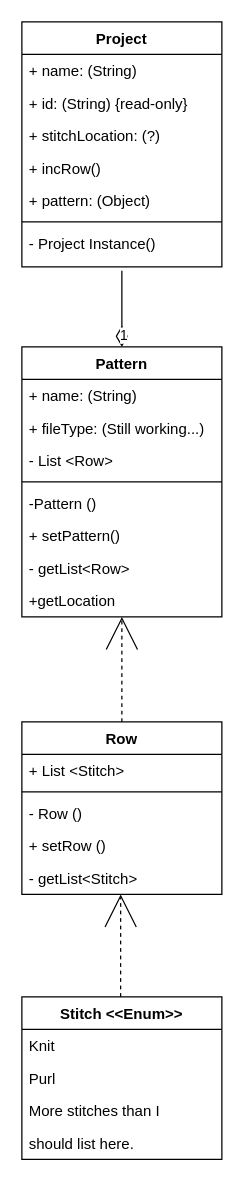
This is work/uml.drawio from ddc-java-17/sereknitty-thedaniellescott, a draw.io file, before an edit. Source tidied: cells renumbered, new cells numbered last; positions are measured from the earlier drawing's top-left corner, leaving out a move shared by most shapes. Both pictures are drawn from the tidied source at 125%, with x=0, y=0 at pixel (21, 21).
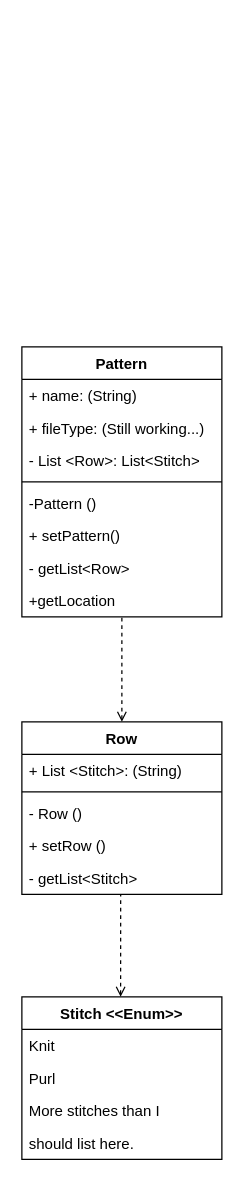
The same diagram, later.

Commit message (it also covers changes not shown here):
Updated UML and attempting to fix PatternManager.

Unchanged cells that the change refers to:
```xml
<mxCell id="10" value="Pattern" style="swimlane;fontStyle=1;align=center;verticalAlign=top;horizontal=1;startSize=26;whiteSpace=wrap;html=1;" parent="1" vertex="1">
  <mxGeometry y="260" width="160" height="216" as="geometry" />
</mxCell>
<mxCell id="18" value="+getLocation" style="text;strokeColor=none;fillColor=none;align=left;verticalAlign=top;spacingLeft=4;spacingRight=4;overflow=hidden;points=[[0,0.5],[1,0.5]];portConstraint=eastwest;whiteSpace=wrap;html=1;" parent="10" vertex="1">
  <mxGeometry y="190" width="160" height="26" as="geometry" />
</mxCell>
<mxCell id="25" value="Row" style="swimlane;fontStyle=1;align=center;verticalAlign=top;horizontal=1;startSize=26;whiteSpace=wrap;html=1;" parent="1" vertex="1">
  <mxGeometry y="560" width="160" height="138" as="geometry" />
</mxCell>
<mxCell id="30" value="- getList&amp;lt;Stitch&amp;gt;" style="text;strokeColor=none;fillColor=none;align=left;verticalAlign=top;spacingLeft=4;spacingRight=4;overflow=hidden;points=[[0,0.5],[1,0.5]];portConstraint=eastwest;whiteSpace=wrap;html=1;" parent="25" vertex="1">
  <mxGeometry y="112" width="160" height="26" as="geometry" />
</mxCell>
```

Diff of the diagram source:
```diff
@@
-    <mxCell id="2" value="Project" style="swimlane;fontStyle=1;align=center;verticalAlign=top;horizontal=1;startSize=26;whiteSpace=wrap;html=1;" parent="1" vertex="1">
-      <mxGeometry width="160" height="196" as="geometry" />
-    </mxCell>
-    <mxCell id="3" value="+ name: (String)" style="text;strokeColor=none;fillColor=none;align=left;verticalAlign=top;spacingLeft=4;spacingRight=4;overflow=hidden;whiteSpace=wrap;html=1;" parent="2" vertex="1">
-      <mxGeometry y="26" width="160" height="26" as="geometry" />
-    </mxCell>
-    <mxCell id="4" value="+ id: (String) {read-only}" style="text;strokeColor=none;fillColor=none;align=left;verticalAlign=top;spacingLeft=4;spacingRight=4;overflow=hidden;whiteSpace=wrap;html=1;" parent="2" vertex="1">
-      <mxGeometry y="52" width="160" height="26" as="geometry" />
-    </mxCell>
-    <mxCell id="5" value="+ stitchLocation: (?)" style="text;strokeColor=none;fillColor=none;align=left;verticalAlign=top;spacingLeft=4;spacingRight=4;overflow=hidden;whiteSpace=wrap;html=1;" parent="2" vertex="1">
-      <mxGeometry y="78" width="160" height="26" as="geometry" />
-    </mxCell>
-    <mxCell id="6" value="+ incRow()" style="text;strokeColor=none;fillColor=none;align=left;verticalAlign=top;spacingLeft=4;spacingRight=4;overflow=hidden;whiteSpace=wrap;html=1;" parent="2" vertex="1">
-      <mxGeometry y="104" width="160" height="26" as="geometry" />
-    </mxCell>
-    <mxCell id="7" value="+ pattern: (Object)" style="text;strokeColor=none;fillColor=none;align=left;verticalAlign=top;spacingLeft=4;spacingRight=4;overflow=hidden;whiteSpace=wrap;html=1;" parent="2" vertex="1">
-      <mxGeometry y="130" width="160" height="26" as="geometry" />
-    </mxCell>
-    <mxCell id="8" style="line;strokeWidth=1;fillColor=none;align=left;verticalAlign=middle;spacingTop=-1;spacingLeft=3;spacingRight=3;labelPosition=right;strokeColor=inherit;" parent="2" vertex="1">
-      <mxGeometry y="156" width="160" height="8" as="geometry" />
-    </mxCell>
-    <mxCell id="9" value="- Project Instance()" style="text;strokeColor=none;fillColor=none;align=left;verticalAlign=top;spacingLeft=4;spacingRight=4;overflow=hidden;points=[[0,0.5],[1,0.5]];portConstraint=eastwest;whiteSpace=wrap;html=1;" parent="2" vertex="1">
-      <mxGeometry y="164" width="160" height="32" as="geometry" />
-    </mxCell>
@@
-    <mxCell id="13" value="- List &amp;lt;Row&amp;gt;" style="text;strokeColor=none;fillColor=none;align=left;verticalAlign=top;spacingLeft=4;spacingRight=4;overflow=hidden;whiteSpace=wrap;html=1;" parent="10" vertex="1">
+    <mxCell id="13" value="- List &amp;lt;Row&amp;gt;: List&amp;lt;Stitch&amp;gt;" style="text;strokeColor=none;fillColor=none;align=left;verticalAlign=top;spacingLeft=4;spacingRight=4;overflow=hidden;whiteSpace=wrap;html=1;" parent="10" vertex="1">
       <mxGeometry y="78" width="160" height="26" as="geometry" />
     </mxCell>
@@
-    <mxCell id="19" value="1" style="endArrow=none;html=1;endSize=12;startArrow=diamondThin;startSize=14;startFill=0;align=left;verticalAlign=bottom;rounded=0;entryX=0.5;entryY=1.094;entryDx=0;entryDy=0;entryPerimeter=0;exitX=0.5;exitY=0;exitDx=0;exitDy=0;endFill=0;" parent="1" edge="1" source="10" target="9">
-      <mxGeometry x="-1" y="3" relative="1" as="geometry" />
-    </mxCell>
@@
-    <mxCell id="26" value="+ List &amp;lt;Stitch&amp;gt;" style="text;strokeColor=none;fillColor=none;align=left;verticalAlign=top;spacingLeft=4;spacingRight=4;overflow=hidden;whiteSpace=wrap;html=1;" parent="25" vertex="1">
+    <mxCell id="26" value="+ List &amp;lt;Stitch&amp;gt;: (String)" style="text;strokeColor=none;fillColor=none;align=left;verticalAlign=top;spacingLeft=4;spacingRight=4;overflow=hidden;whiteSpace=wrap;html=1;" parent="25" vertex="1">
       <mxGeometry y="26" width="160" height="26" as="geometry" />
     </mxCell>
@@
-    <mxCell id="31" style="endArrow=open;endFill=0;endSize=24;html=1;rounded=0;exitX=0.5;exitY=0;exitDx=0;exitDy=0;dashed=1;" parent="1" edge="1" source="25" target="18">
+    <mxCell id="31" style="endArrow=none;endFill=0;endSize=24;html=1;rounded=0;exitX=0.5;exitY=0;exitDx=0;exitDy=0;dashed=1;startArrow=open;startFill=0;" parent="1" edge="1" source="25" target="18">
       <mxGeometry relative="1" as="geometry" />
     </mxCell>
-    <mxCell id="32" style="endArrow=open;endFill=0;endSize=24;html=1;rounded=0;entryX=0.494;entryY=1;entryDx=0;entryDy=0;entryPerimeter=0;dashed=1;" parent="1" edge="1" target="30">
+    <mxCell id="32" style="endArrow=none;endFill=0;endSize=24;html=1;rounded=0;entryX=0.494;entryY=1;entryDx=0;entryDy=0;entryPerimeter=0;dashed=1;startArrow=open;startFill=0;" parent="1" edge="1" target="30">
       <mxGeometry relative="1" as="geometry">
         <mxPoint x="79" y="780" as="sourcePoint" />
       </mxGeometry>
     </mxCell>
```
